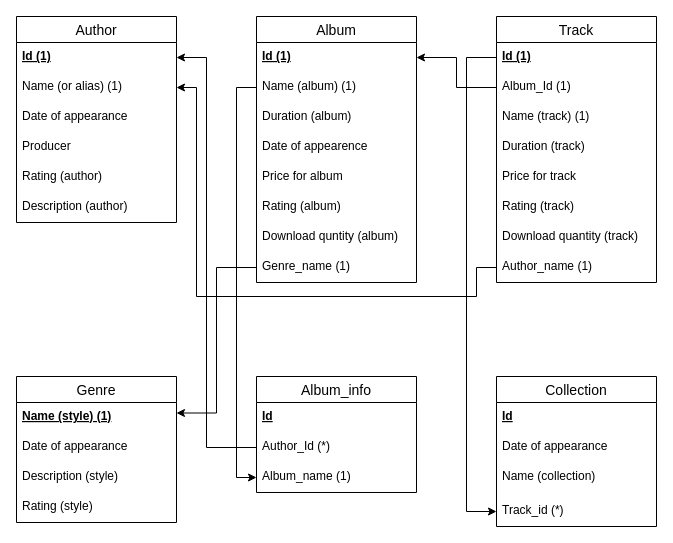
The draw.io diagram Untitled Diagram.drawio in Oleg-Stukalov/draw.io-schemes, before the edit. Source tidied: cells renumbered, new cells numbered last; positions are measured from the earlier drawing's top-left corner, leaving out a move shared by most shapes. Both pictures are drawn from the tidied source at 100%, with x=0, y=0 at pixel (16, 16).
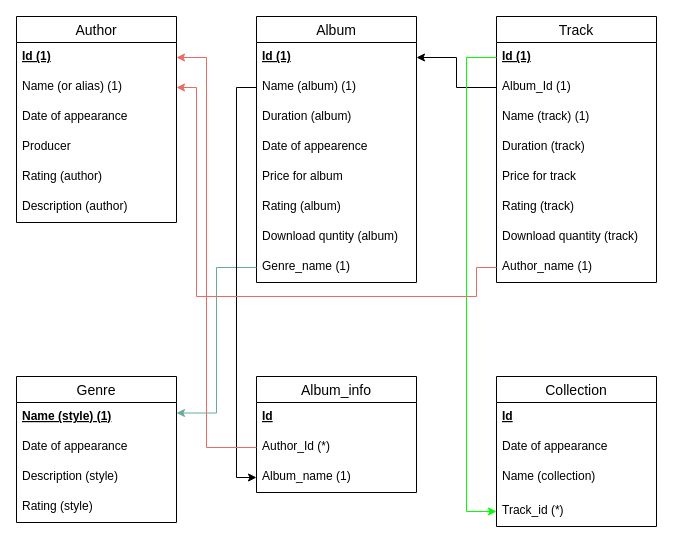
Above is the later version.

The change refers to these unchanged cells:
```xml
<mxCell id="10" value="Genre_name (1)" style="text;strokeColor=none;fillColor=none;spacingLeft=4;spacingRight=4;overflow=hidden;points=[[0,0.5],[1,0.5]];portConstraint=eastwest;fontSize=12;" parent="2" vertex="1">
  <mxGeometry y="236" width="160" height="30" as="geometry" />
</mxCell>
<mxCell id="12" value="Id (1)" style="text;strokeColor=none;fillColor=none;spacingLeft=4;spacingRight=4;overflow=hidden;points=[[0,0.5],[1,0.5]];portConstraint=eastwest;fontSize=12;fontStyle=5;" parent="11" vertex="1">
  <mxGeometry y="26" width="160" height="30" as="geometry" />
</mxCell>
<mxCell id="13" value="Name (or alias) (1)" style="text;strokeColor=none;fillColor=none;spacingLeft=4;spacingRight=4;overflow=hidden;points=[[0,0.5],[1,0.5]];portConstraint=eastwest;fontSize=12;" parent="11" vertex="1">
  <mxGeometry y="56" width="160" height="30" as="geometry" />
</mxCell>
<mxCell id="19" value="Id (1)" style="text;strokeColor=none;fillColor=none;spacingLeft=4;spacingRight=4;overflow=hidden;points=[[0,0.5],[1,0.5]];portConstraint=eastwest;fontSize=12;fontStyle=5;" parent="18" vertex="1">
  <mxGeometry y="26" width="160" height="30" as="geometry" />
</mxCell>
<mxCell id="26" value="Author_name (1)" style="text;strokeColor=none;fillColor=none;spacingLeft=4;spacingRight=4;overflow=hidden;points=[[0,0.5],[1,0.5]];portConstraint=eastwest;fontSize=12;" parent="18" vertex="1">
  <mxGeometry y="236" width="160" height="30" as="geometry" />
</mxCell>
<mxCell id="27" value="Genre" style="swimlane;fontStyle=0;horizontal=1;startSize=26;align=center;fontSize=14;" parent="1" vertex="1">
  <mxGeometry y="360" width="160" height="146" as="geometry" />
</mxCell>
<mxCell id="37" value="Track_id (*)" style="text;strokeColor=none;fillColor=none;spacingLeft=4;spacingRight=4;overflow=hidden;points=[[0,0.5],[1,0.5]];portConstraint=eastwest;fontSize=12;" parent="33" vertex="1">
  <mxGeometry y="120" width="160" height="30" as="geometry" />
</mxCell>
<mxCell id="41" value="Author_Id (*)" style="text;strokeColor=none;fillColor=none;spacingLeft=4;spacingRight=4;overflow=hidden;points=[[0,0.5],[1,0.5]];portConstraint=eastwest;fontSize=12;" parent="39" vertex="1">
  <mxGeometry y="56" width="160" height="30" as="geometry" />
</mxCell>
```

Change to the diagram source:
```diff
@@
-    <mxCell id="38" style="edgeStyle=orthogonalEdgeStyle;rounded=0;jettySize=auto;html=1;exitX=0;exitY=0.5;exitDx=0;exitDy=0;entryX=1;entryY=0.25;entryDx=0;entryDy=0;" parent="1" edge="1" source="10" target="27">
+    <mxCell id="38" style="edgeStyle=orthogonalEdgeStyle;rounded=0;jettySize=auto;html=1;exitX=0;exitY=0.5;exitDx=0;exitDy=0;entryX=1;entryY=0.25;entryDx=0;entryDy=0;strokeColor=#67AB9F;" parent="1" edge="1" source="10" target="27">
       <mxGeometry relative="1" as="geometry" />
     </mxCell>
@@
-    <mxCell id="44" style="edgeStyle=orthogonalEdgeStyle;rounded=0;jettySize=auto;html=1;exitX=0;exitY=0.5;exitDx=0;exitDy=0;entryX=1;entryY=0.5;entryDx=0;entryDy=0;" parent="1" edge="1" source="41" target="12">
+    <mxCell id="44" style="edgeStyle=orthogonalEdgeStyle;rounded=0;jettySize=auto;html=1;exitX=0;exitY=0.5;exitDx=0;exitDy=0;entryX=1;entryY=0.5;entryDx=0;entryDy=0;strokeColor=#EA6B66;" parent="1" edge="1" source="41" target="12">
       <mxGeometry relative="1" as="geometry">
         <Array as="points">
           <mxPoint x="190" y="431" />
           <mxPoint x="190" y="41" />
         </Array>
       </mxGeometry>
     </mxCell>
-    <mxCell id="45" style="edgeStyle=orthogonalEdgeStyle;rounded=0;jettySize=auto;html=1;exitX=0;exitY=0.5;exitDx=0;exitDy=0;entryX=0;entryY=0.5;entryDx=0;entryDy=0;" parent="1" edge="1" source="19" target="37">
+    <mxCell id="45" style="edgeStyle=orthogonalEdgeStyle;rounded=0;jettySize=auto;html=1;exitX=0;exitY=0.5;exitDx=0;exitDy=0;entryX=0;entryY=0.5;entryDx=0;entryDy=0;strokeColor=#00FF00;" parent="1" edge="1" source="19" target="37">
       <mxGeometry relative="1" as="geometry">
         <Array as="points">
           <mxPoint x="450" y="41" />
           <mxPoint x="450" y="495" />
         </Array>
       </mxGeometry>
     </mxCell>
-    <mxCell id="46" style="edgeStyle=orthogonalEdgeStyle;rounded=0;jettySize=auto;html=1;exitX=0;exitY=0.5;exitDx=0;exitDy=0;" parent="1" edge="1" source="26" target="13">
+    <mxCell id="46" style="edgeStyle=orthogonalEdgeStyle;rounded=0;jettySize=auto;html=1;exitX=0;exitY=0.5;exitDx=0;exitDy=0;strokeColor=#EA6B66;" parent="1" edge="1" source="26" target="13">
       <mxGeometry relative="1" as="geometry">
         <Array as="points">
           <mxPoint x="460" y="251" />
           <mxPoint x="460" y="280" />
           <mxPoint x="180" y="280" />
           <mxPoint x="180" y="71" />
         </Array>
       </mxGeometry>
     </mxCell>
```
